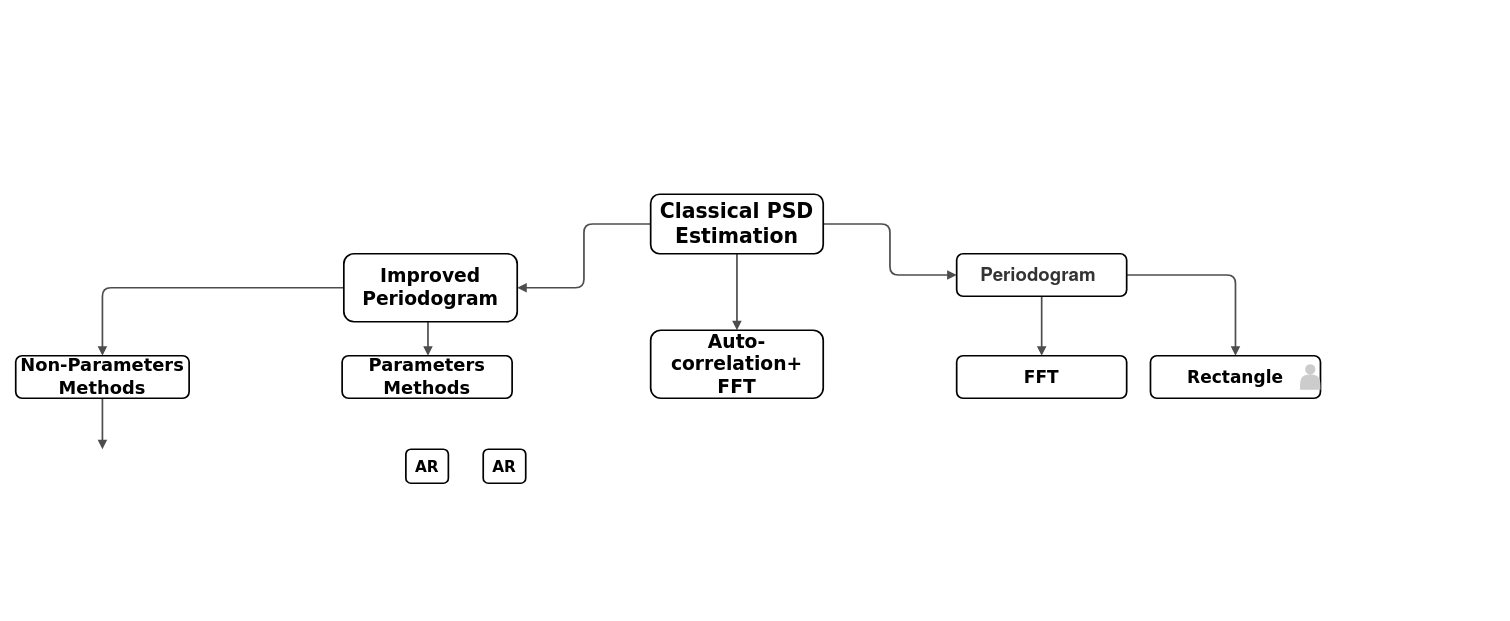
Before: git-static/PSD_1.drawio in LonelVino/CDN, a draw.io diagram. Source tidied: cells renumbered, new cells numbered last; positions are measured from the earlier drawing's top-left corner, leaving out a move shared by most shapes. Both pictures are drawn from the tidied source at 85%, with x=0, y=0 at pixel (15, 194).
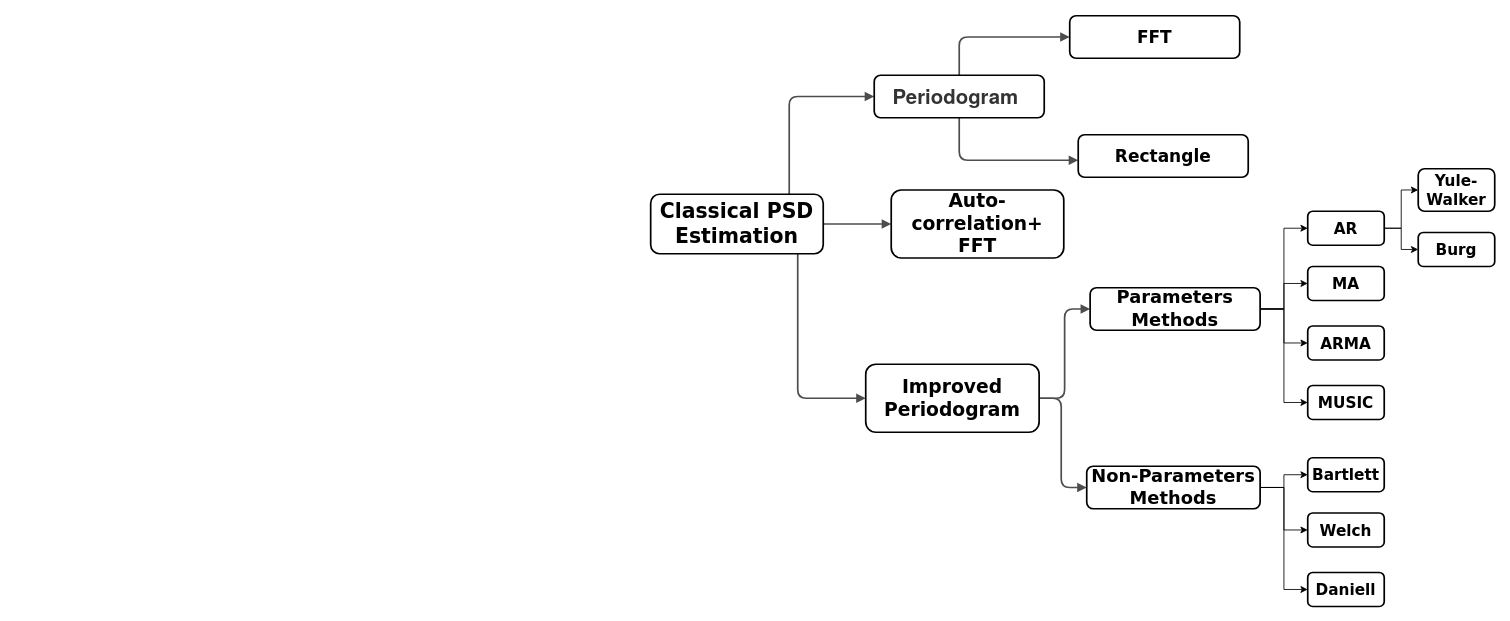
The same page after the edit.

Unchanged cells that the change refers to:
```xml
<mxCell id="14" value="&lt;font style=&quot;font-size: 24px&quot;&gt;Classical PSD&lt;br&gt;Estimation&lt;br&gt;&lt;/font&gt;" style="whiteSpace=wrap;html=1;rounded=1;shadow=0;comic=0;strokeWidth=2;fontFamily=Verdana;align=center;fontSize=12;fontStyle=1;" parent="1" vertex="1">
  <mxGeometry x="747" width="203" height="70" as="geometry" />
</mxCell>
```

What changed in the source:
```diff
@@
     <mxCell id="3" style="edgeStyle=orthogonalEdgeStyle;rounded=1;html=1;labelBackgroundColor=none;endArrow=block;endFill=1;strokeColor=#4D4D4D;strokeWidth=2;fontFamily=Verdana;fontSize=12;fontStyle=1;" parent="1" edge="1" source="14" target="11">
-      <mxGeometry relative="1" as="geometry" />
+      <mxGeometry relative="1" as="geometry">
+        <Array as="points">
+          <mxPoint x="920" y="240" />
+        </Array>
+      </mxGeometry>
     </mxCell>
     <mxCell id="4" style="edgeStyle=orthogonalEdgeStyle;rounded=1;html=1;labelBackgroundColor=none;endArrow=block;endFill=1;strokeColor=#4D4D4D;strokeWidth=2;fontFamily=Verdana;fontSize=12;fontStyle=1;" parent="1" edge="1" source="14" target="15">
-      <mxGeometry relative="1" as="geometry" />
+      <mxGeometry relative="1" as="geometry">
+        <Array as="points">
+          <mxPoint x="910" y="-115" />
+        </Array>
+      </mxGeometry>
     </mxCell>
@@
     <mxCell id="6" style="edgeStyle=orthogonalEdgeStyle;rounded=1;html=1;labelBackgroundColor=none;endArrow=block;endFill=1;strokeColor=#4D4D4D;strokeWidth=2;fontFamily=Verdana;fontSize=12;fontStyle=1;" parent="1" edge="1" source="11" target="10">
-      <mxGeometry relative="1" as="geometry" />
+      <mxGeometry relative="1" as="geometry">
+        <Array as="points">
+          <mxPoint x="1230" y="240" />
+        </Array>
+      </mxGeometry>
     </mxCell>
     <mxCell id="7" style="edgeStyle=orthogonalEdgeStyle;rounded=1;html=1;labelBackgroundColor=none;endArrow=block;endFill=1;strokeColor=#4D4D4D;strokeWidth=2;fontFamily=Verdana;fontSize=12;fontStyle=1;" parent="1" edge="1" source="15" target="17">
-      <mxGeometry relative="1" as="geometry" />
+      <mxGeometry relative="1" as="geometry">
+        <Array as="points">
+          <mxPoint x="1110" y="-40" />
+        </Array>
+      </mxGeometry>
     </mxCell>
     <mxCell id="8" style="edgeStyle=orthogonalEdgeStyle;rounded=1;html=1;labelBackgroundColor=none;endArrow=block;endFill=1;strokeColor=#4D4D4D;strokeWidth=2;fontFamily=Verdana;fontSize=12;fontStyle=1;" parent="1" edge="1" source="15" target="16">
-      <mxGeometry relative="1" as="geometry" />
+      <mxGeometry relative="1" as="geometry">
+        <Array as="points">
+          <mxPoint x="1110" y="-185" />
+        </Array>
+      </mxGeometry>
     </mxCell>
-    <mxCell id="9" style="edgeStyle=elbowEdgeStyle;rounded=1;html=1;labelBackgroundColor=none;endArrow=block;endFill=1;strokeColor=#4D4D4D;strokeWidth=2;fontFamily=Verdana;fontSize=10;" parent="1" edge="1" source="10">
-      <mxGeometry relative="1" as="geometry">
-        <mxPoint x="101.7" y="300" as="targetPoint" />
-      </mxGeometry>
-    </mxCell>
+    <mxCell id="21" style="edgeStyle=orthogonalEdgeStyle;rounded=0;jettySize=auto;html=1;entryX=0;entryY=0.5;entryDx=0;entryDy=0;fontSize=24;" parent="1" edge="1" source="10" target="36">
+      <mxGeometry relative="1" as="geometry" />
+    </mxCell>
+    <mxCell id="22" style="edgeStyle=orthogonalEdgeStyle;rounded=0;jettySize=auto;html=1;entryX=0;entryY=0.5;entryDx=0;entryDy=0;fontSize=24;" parent="1" edge="1" source="10" target="37">
+      <mxGeometry relative="1" as="geometry" />
+    </mxCell>
+    <mxCell id="23" style="edgeStyle=orthogonalEdgeStyle;rounded=0;jettySize=auto;html=1;entryX=0;entryY=0.5;entryDx=0;entryDy=0;fontSize=24;" parent="1" edge="1" source="10" target="38">
+      <mxGeometry relative="1" as="geometry" />
+    </mxCell>
     <mxCell id="10" value="&lt;span style=&quot;font-size: 21px&quot;&gt;Non-Parameters Methods&lt;/span&gt;" style="whiteSpace=wrap;html=1;rounded=1;shadow=0;comic=0;strokeWidth=2;fontFamily=Verdana;align=center;fontSize=12;fontStyle=1;" parent="1" vertex="1">
-      <mxGeometry y="190" width="204" height="50" as="geometry" />
+      <mxGeometry x="1260" y="320" width="204" height="50" as="geometry" />
     </mxCell>
     <mxCell id="11" value="&lt;font style=&quot;font-size: 22px&quot;&gt;Improved&lt;br&gt;Periodogram&lt;/font&gt;" style="whiteSpace=wrap;html=1;rounded=1;shadow=0;comic=0;strokeWidth=2;fontFamily=Verdana;align=center;fontSize=12;fontStyle=1;" parent="1" vertex="1">
-      <mxGeometry x="386" y="70" width="204" height="80" as="geometry" />
+      <mxGeometry x="1000" y="200" width="204" height="80" as="geometry" />
     </mxCell>
+    <mxCell id="24" style="edgeStyle=orthogonalEdgeStyle;rounded=0;jettySize=auto;html=1;entryX=0;entryY=0.5;entryDx=0;entryDy=0;fontSize=24;" parent="1" edge="1" source="12" target="30">
+      <mxGeometry relative="1" as="geometry" />
+    </mxCell>
+    <mxCell id="25" style="edgeStyle=orthogonalEdgeStyle;rounded=0;jettySize=auto;html=1;entryX=0;entryY=0.5;entryDx=0;entryDy=0;fontSize=24;" parent="1" edge="1" source="12" target="31">
+      <mxGeometry relative="1" as="geometry" />
+    </mxCell>
+    <mxCell id="26" style="edgeStyle=orthogonalEdgeStyle;rounded=0;jettySize=auto;html=1;entryX=0;entryY=0.5;entryDx=0;entryDy=0;fontSize=24;" parent="1" edge="1" source="12" target="32">
+      <mxGeometry relative="1" as="geometry" />
+    </mxCell>
+    <mxCell id="27" style="edgeStyle=orthogonalEdgeStyle;rounded=0;jettySize=auto;html=1;entryX=0;entryY=0.5;entryDx=0;entryDy=0;fontSize=24;" parent="1" edge="1" source="12" target="33">
+      <mxGeometry relative="1" as="geometry" />
+    </mxCell>
     <mxCell id="12" value="&lt;font style=&quot;font-size: 21px&quot;&gt;Parameters Methods&lt;/font&gt;" style="whiteSpace=wrap;html=1;rounded=1;shadow=0;comic=0;strokeWidth=2;fontFamily=Verdana;align=center;fontSize=12;fontStyle=1;" parent="1" vertex="1">
-      <mxGeometry x="384" y="190" width="200" height="50" as="geometry" />
+      <mxGeometry x="1264" y="110" width="200" height="50" as="geometry" />
     </mxCell>
     <mxCell id="13" value="&lt;font style=&quot;font-size: 22px&quot;&gt;Auto-correlation+ FFT&lt;/font&gt;" style="whiteSpace=wrap;html=1;rounded=1;shadow=0;comic=0;strokeWidth=2;fontFamily=Verdana;align=center;fontSize=12;fontStyle=1;" parent="1" vertex="1">
-      <mxGeometry x="747" y="160" width="203" height="80" as="geometry" />
+      <mxGeometry x="1030" y="-5" width="203" height="80" as="geometry" />
     </mxCell>
@@
-    <mxCell id="15" value="&lt;font style=&quot;font-size: 22px&quot;&gt;&lt;span style=&quot;color: rgb(51 , 51 , 51) ; font-family: &amp;#34;helvetica neue&amp;#34; , &amp;#34;helvetica&amp;#34; , &amp;#34;arial&amp;#34; , &amp;#34;hiragino sans gb&amp;#34; , &amp;#34;hiragino sans gb w3&amp;#34; , &amp;#34;microsoft yahei ui&amp;#34; , &amp;#34;microsoft yahei&amp;#34; , sans-serif ; text-align: left&quot;&gt;Periodogram&lt;/span&gt;&amp;nbsp;&lt;/font&gt;" style="whiteSpace=wrap;html=1;rounded=1;shadow=0;comic=0;strokeWidth=2;fontFamily=Verdana;align=center;fontSize=12;fontStyle=1;" parent="1" vertex="1">
-      <mxGeometry x="1107" y="70" width="200" height="50" as="geometry" />
+    <mxCell id="15" value="&lt;font style=&quot;font-size: 24px&quot;&gt;&lt;span style=&quot;color: rgb(51 , 51 , 51) ; font-family: &amp;#34;helvetica neue&amp;#34; , &amp;#34;helvetica&amp;#34; , &amp;#34;arial&amp;#34; , &amp;#34;hiragino sans gb&amp;#34; , &amp;#34;hiragino sans gb w3&amp;#34; , &amp;#34;microsoft yahei ui&amp;#34; , &amp;#34;microsoft yahei&amp;#34; , sans-serif ; text-align: left&quot;&gt;Periodogram&lt;/span&gt;&amp;nbsp;&lt;/font&gt;" style="whiteSpace=wrap;html=1;rounded=1;shadow=0;comic=0;strokeWidth=2;fontFamily=Verdana;align=center;fontSize=12;fontStyle=1;" parent="1" vertex="1">
+      <mxGeometry x="1010" y="-140" width="200" height="50" as="geometry" />
     </mxCell>
     <mxCell id="16" value="&lt;font style=&quot;font-size: 20px&quot;&gt;FFT&lt;/font&gt;" style="whiteSpace=wrap;html=1;rounded=1;shadow=0;comic=0;strokeWidth=2;fontFamily=Verdana;align=center;fontSize=12;fontStyle=1;" parent="1" vertex="1">
-      <mxGeometry x="1107" y="190" width="200" height="50" as="geometry" />
+      <mxGeometry x="1240" y="-210" width="200" height="50" as="geometry" />
     </mxCell>
     <mxCell id="17" value="&lt;font style=&quot;font-size: 20px&quot;&gt;Rectangle&lt;/font&gt;" style="whiteSpace=wrap;html=1;rounded=1;shadow=0;comic=0;strokeWidth=2;fontFamily=Verdana;align=center;fontSize=12;fontStyle=1;" parent="1" vertex="1">
-      <mxGeometry x="1335" y="190" width="200" height="50" as="geometry" />
+      <mxGeometry x="1250" y="-70" width="200" height="50" as="geometry" />
     </mxCell>
-    <mxCell id="18" style="shape=actor;whiteSpace=wrap;html=1;rounded=0;shadow=0;comic=0;strokeWidth=1;fillColor=#CCCCCC;fontFamily=Verdana;align=center;strokeColor=none;fontSize=12;fontStyle=1;" parent="1" vertex="1">
-      <mxGeometry x="1511" y="200" width="24" height="30" as="geometry" />
-    </mxCell>
-    <mxCell id="19" value="&lt;font style=&quot;font-size: 18px&quot;&gt;AR&lt;/font&gt;" style="whiteSpace=wrap;html=1;rounded=1;shadow=0;comic=0;strokeWidth=2;fontFamily=Verdana;align=center;fontSize=12;fontStyle=1;" parent="1" vertex="1">
-      <mxGeometry x="550" y="300" width="50" height="40" as="geometry" />
-    </mxCell>
-    <mxCell id="20" value="&lt;font style=&quot;font-size: 18px&quot;&gt;AR&lt;/font&gt;" style="whiteSpace=wrap;html=1;rounded=1;shadow=0;comic=0;strokeWidth=2;fontFamily=Verdana;align=center;fontSize=12;fontStyle=1;" parent="1" vertex="1">
-      <mxGeometry x="459" y="300" width="50" height="40" as="geometry" />
-    </mxCell>
+    <mxCell id="28" style="edgeStyle=orthogonalEdgeStyle;rounded=0;jettySize=auto;html=1;entryX=0;entryY=0.5;entryDx=0;entryDy=0;fontSize=24;" parent="1" edge="1" source="30" target="34">
+      <mxGeometry relative="1" as="geometry" />
+    </mxCell>
+    <mxCell id="29" style="edgeStyle=orthogonalEdgeStyle;rounded=0;jettySize=auto;html=1;entryX=0;entryY=0.5;entryDx=0;entryDy=0;fontSize=24;" parent="1" edge="1" source="30" target="35">
+      <mxGeometry relative="1" as="geometry" />
+    </mxCell>
+    <mxCell id="30" value="&lt;font style=&quot;font-size: 18px&quot;&gt;AR&lt;/font&gt;" style="whiteSpace=wrap;html=1;rounded=1;shadow=0;comic=0;strokeWidth=2;fontFamily=Verdana;align=center;fontSize=12;fontStyle=1;" parent="1" vertex="1">
+      <mxGeometry x="1520" y="20" width="90" height="40" as="geometry" />
+    </mxCell>
+    <mxCell id="31" value="&lt;font style=&quot;font-size: 18px&quot;&gt;MA&lt;/font&gt;" style="whiteSpace=wrap;html=1;rounded=1;shadow=0;comic=0;strokeWidth=2;fontFamily=Verdana;align=center;fontSize=12;fontStyle=1;" parent="1" vertex="1">
+      <mxGeometry x="1520" y="85" width="90" height="40" as="geometry" />
+    </mxCell>
+    <mxCell id="32" value="&lt;span style=&quot;font-size: 18px&quot;&gt;ARMA&lt;/span&gt;" style="whiteSpace=wrap;html=1;rounded=1;shadow=0;comic=0;strokeWidth=2;fontFamily=Verdana;align=center;fontSize=12;fontStyle=1;" parent="1" vertex="1">
+      <mxGeometry x="1520" y="155" width="90" height="40" as="geometry" />
+    </mxCell>
+    <mxCell id="33" value="&lt;span style=&quot;font-size: 18px&quot;&gt;MUSIC&lt;/span&gt;" style="whiteSpace=wrap;html=1;rounded=1;shadow=0;comic=0;strokeWidth=2;fontFamily=Verdana;align=center;fontSize=12;fontStyle=1;" parent="1" vertex="1">
+      <mxGeometry x="1520" y="225" width="90" height="40" as="geometry" />
+    </mxCell>
+    <mxCell id="34" value="&lt;font style=&quot;font-size: 18px&quot;&gt;Yule-Walker&lt;/font&gt;" style="whiteSpace=wrap;html=1;rounded=1;shadow=0;comic=0;strokeWidth=2;fontFamily=Verdana;align=center;fontSize=12;fontStyle=1;" parent="1" vertex="1">
+      <mxGeometry x="1650" y="-30" width="90" height="50" as="geometry" />
+    </mxCell>
+    <mxCell id="35" value="&lt;span style=&quot;font-size: 18px&quot;&gt;Burg&lt;/span&gt;" style="whiteSpace=wrap;html=1;rounded=1;shadow=0;comic=0;strokeWidth=2;fontFamily=Verdana;align=center;fontSize=12;fontStyle=1;" parent="1" vertex="1">
+      <mxGeometry x="1650" y="45" width="90" height="40" as="geometry" />
+    </mxCell>
+    <mxCell id="36" value="&lt;font style=&quot;font-size: 18px&quot;&gt;Bartlett&lt;/font&gt;" style="whiteSpace=wrap;html=1;rounded=1;shadow=0;comic=0;strokeWidth=2;fontFamily=Verdana;align=center;fontSize=12;fontStyle=1;" parent="1" vertex="1">
+      <mxGeometry x="1520" y="310" width="90" height="40" as="geometry" />
+    </mxCell>
+    <mxCell id="37" value="&lt;span style=&quot;font-size: 18px&quot;&gt;Welch&lt;/span&gt;" style="whiteSpace=wrap;html=1;rounded=1;shadow=0;comic=0;strokeWidth=2;fontFamily=Verdana;align=center;fontSize=12;fontStyle=1;" parent="1" vertex="1">
+      <mxGeometry x="1520" y="375" width="90" height="40" as="geometry" />
+    </mxCell>
+    <mxCell id="38" value="&lt;span style=&quot;font-size: 18px&quot;&gt;Daniell&lt;/span&gt;" style="whiteSpace=wrap;html=1;rounded=1;shadow=0;comic=0;strokeWidth=2;fontFamily=Verdana;align=center;fontSize=12;fontStyle=1;" parent="1" vertex="1">
+      <mxGeometry x="1520" y="445" width="90" height="40" as="geometry" />
+    </mxCell>
```
